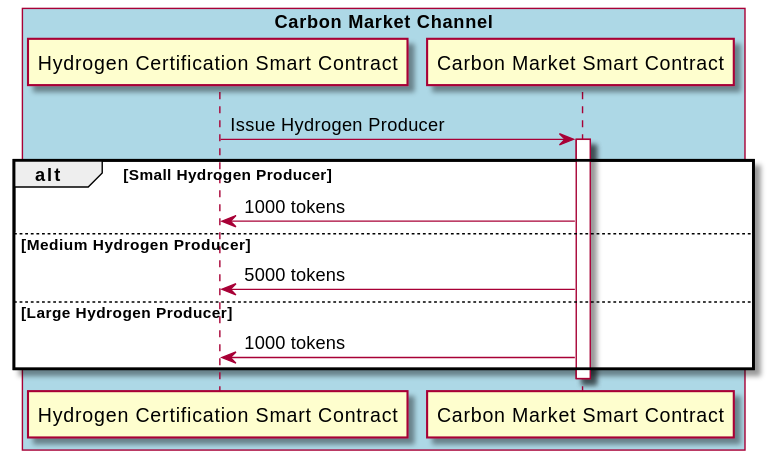
This is diagrams/out/register/chain.svg from oscargolding/Carboncoin-ESG, a PlantUML export, as it was before one commit.
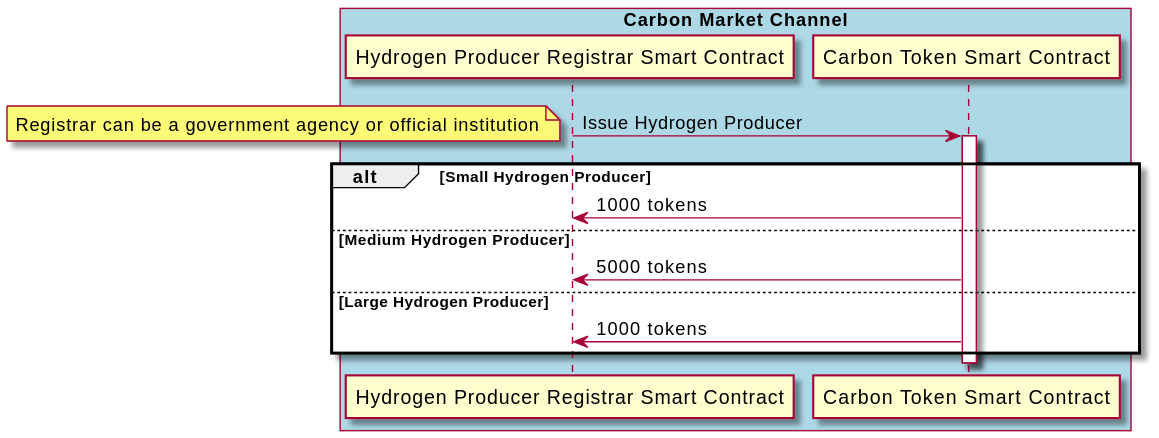
After the change.

Change to the diagram source:
```diff
@@ -1,12 +1,13 @@
 @startuml chain
 
 box "Carbon Market Channel" #LightBlue
-participant "Hydrogen Certification Smart Contract" as HC
-participant "Carbon Market Smart Contract" as CM
+participant "Hydrogen Producer Registrar Smart Contract" as HC
+participant "Carbon Token Smart Contract" as CM
 end box
 
 HC -> CM: Issue Hydrogen Producer
 activate CM
+note left: Registrar can be a government agency or official institution
 
 alt Small Hydrogen Producer
 
```
